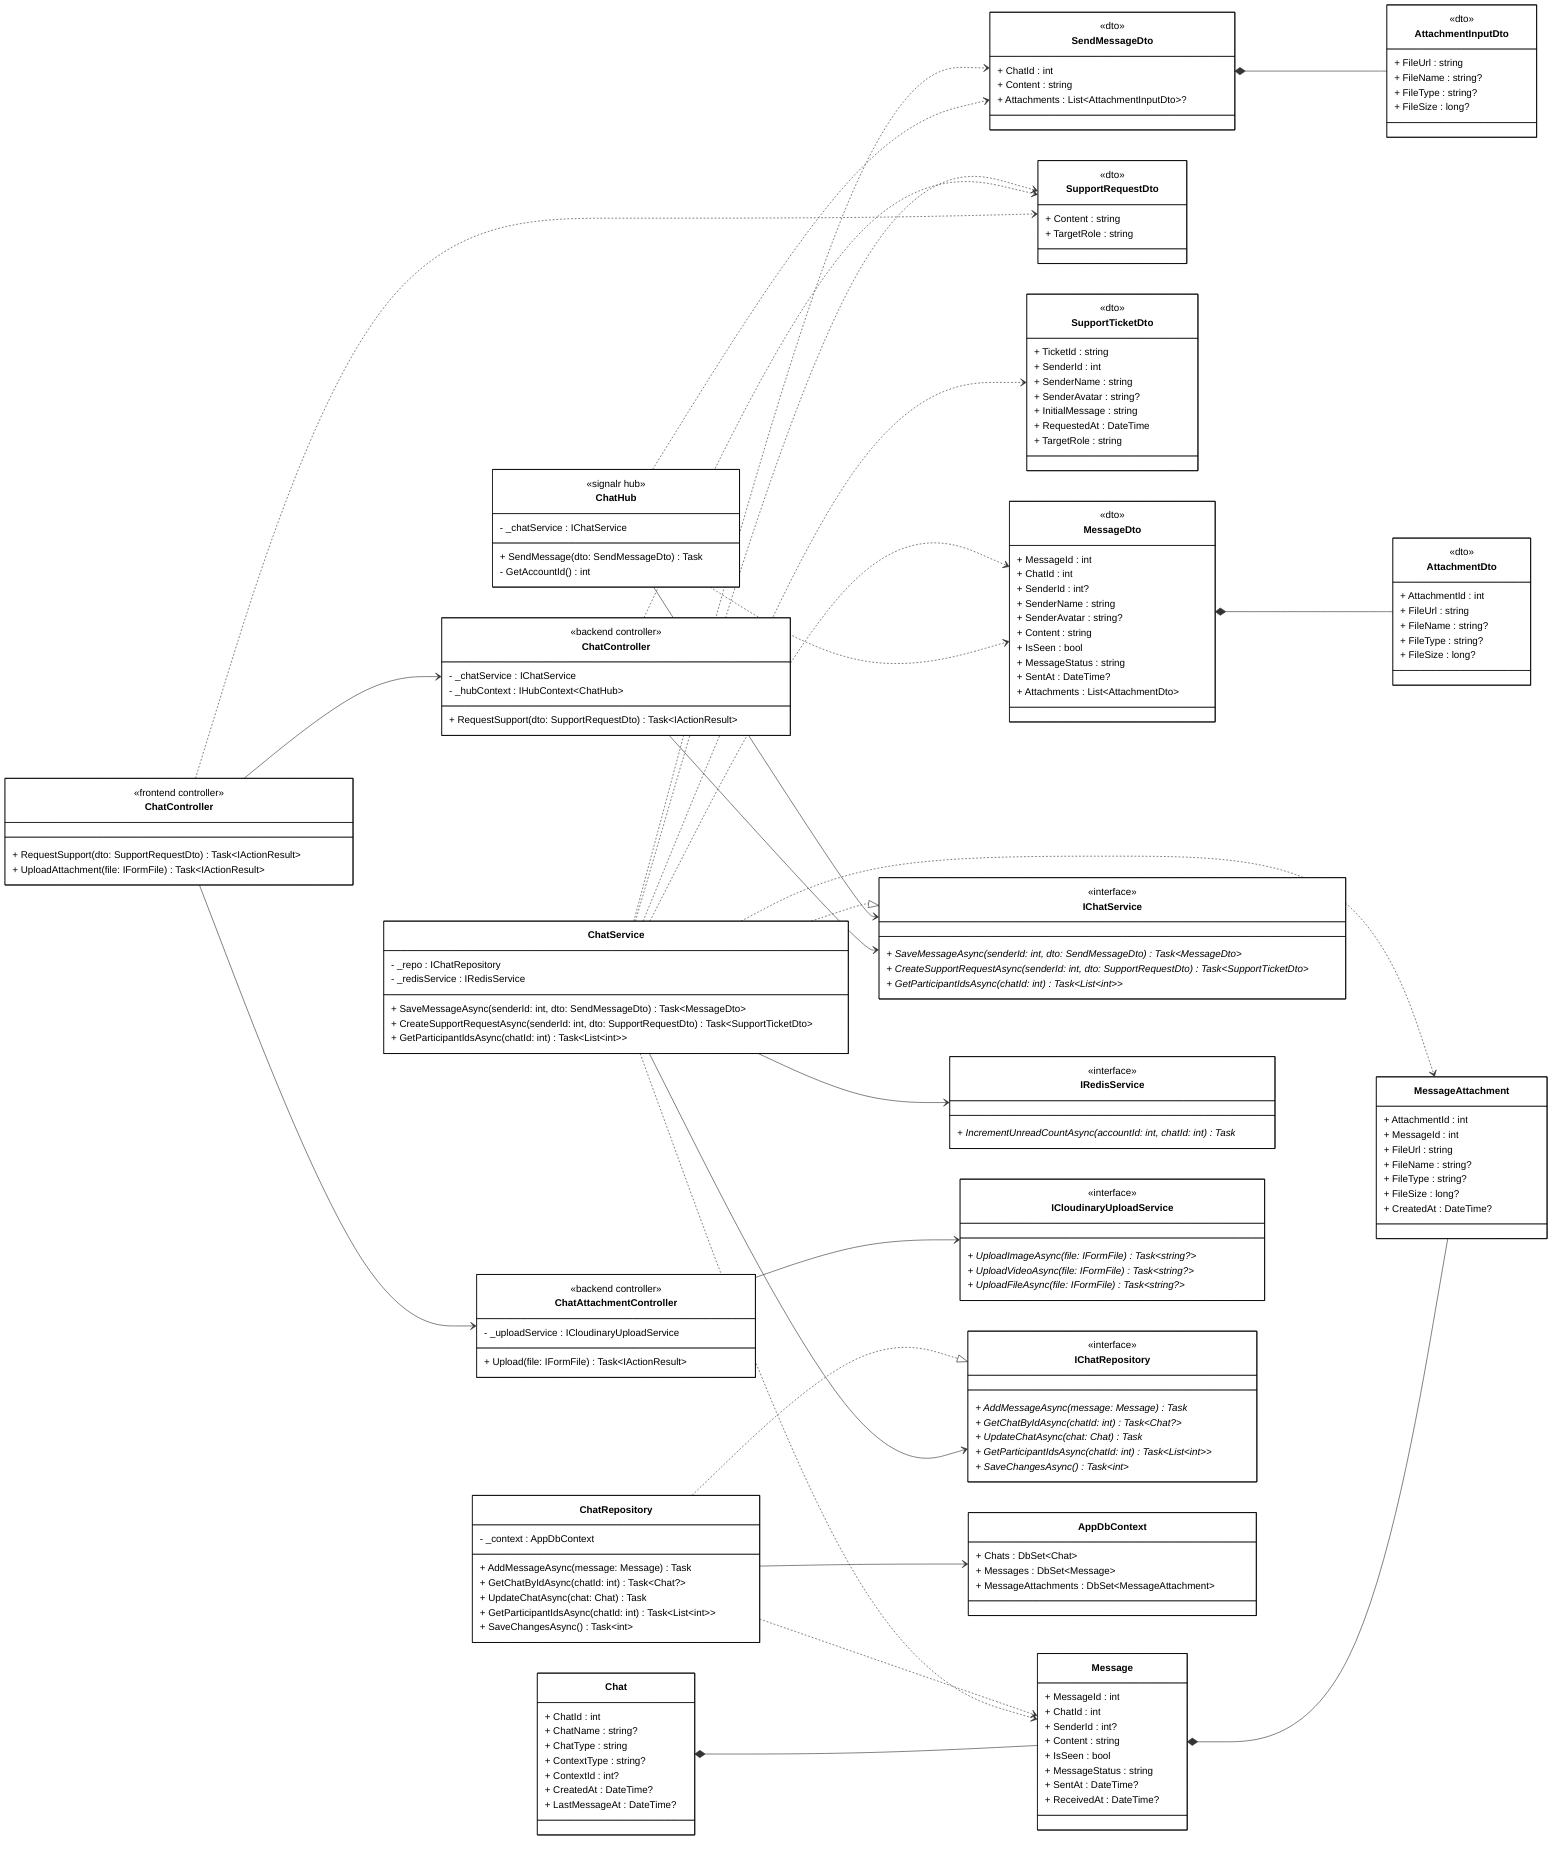
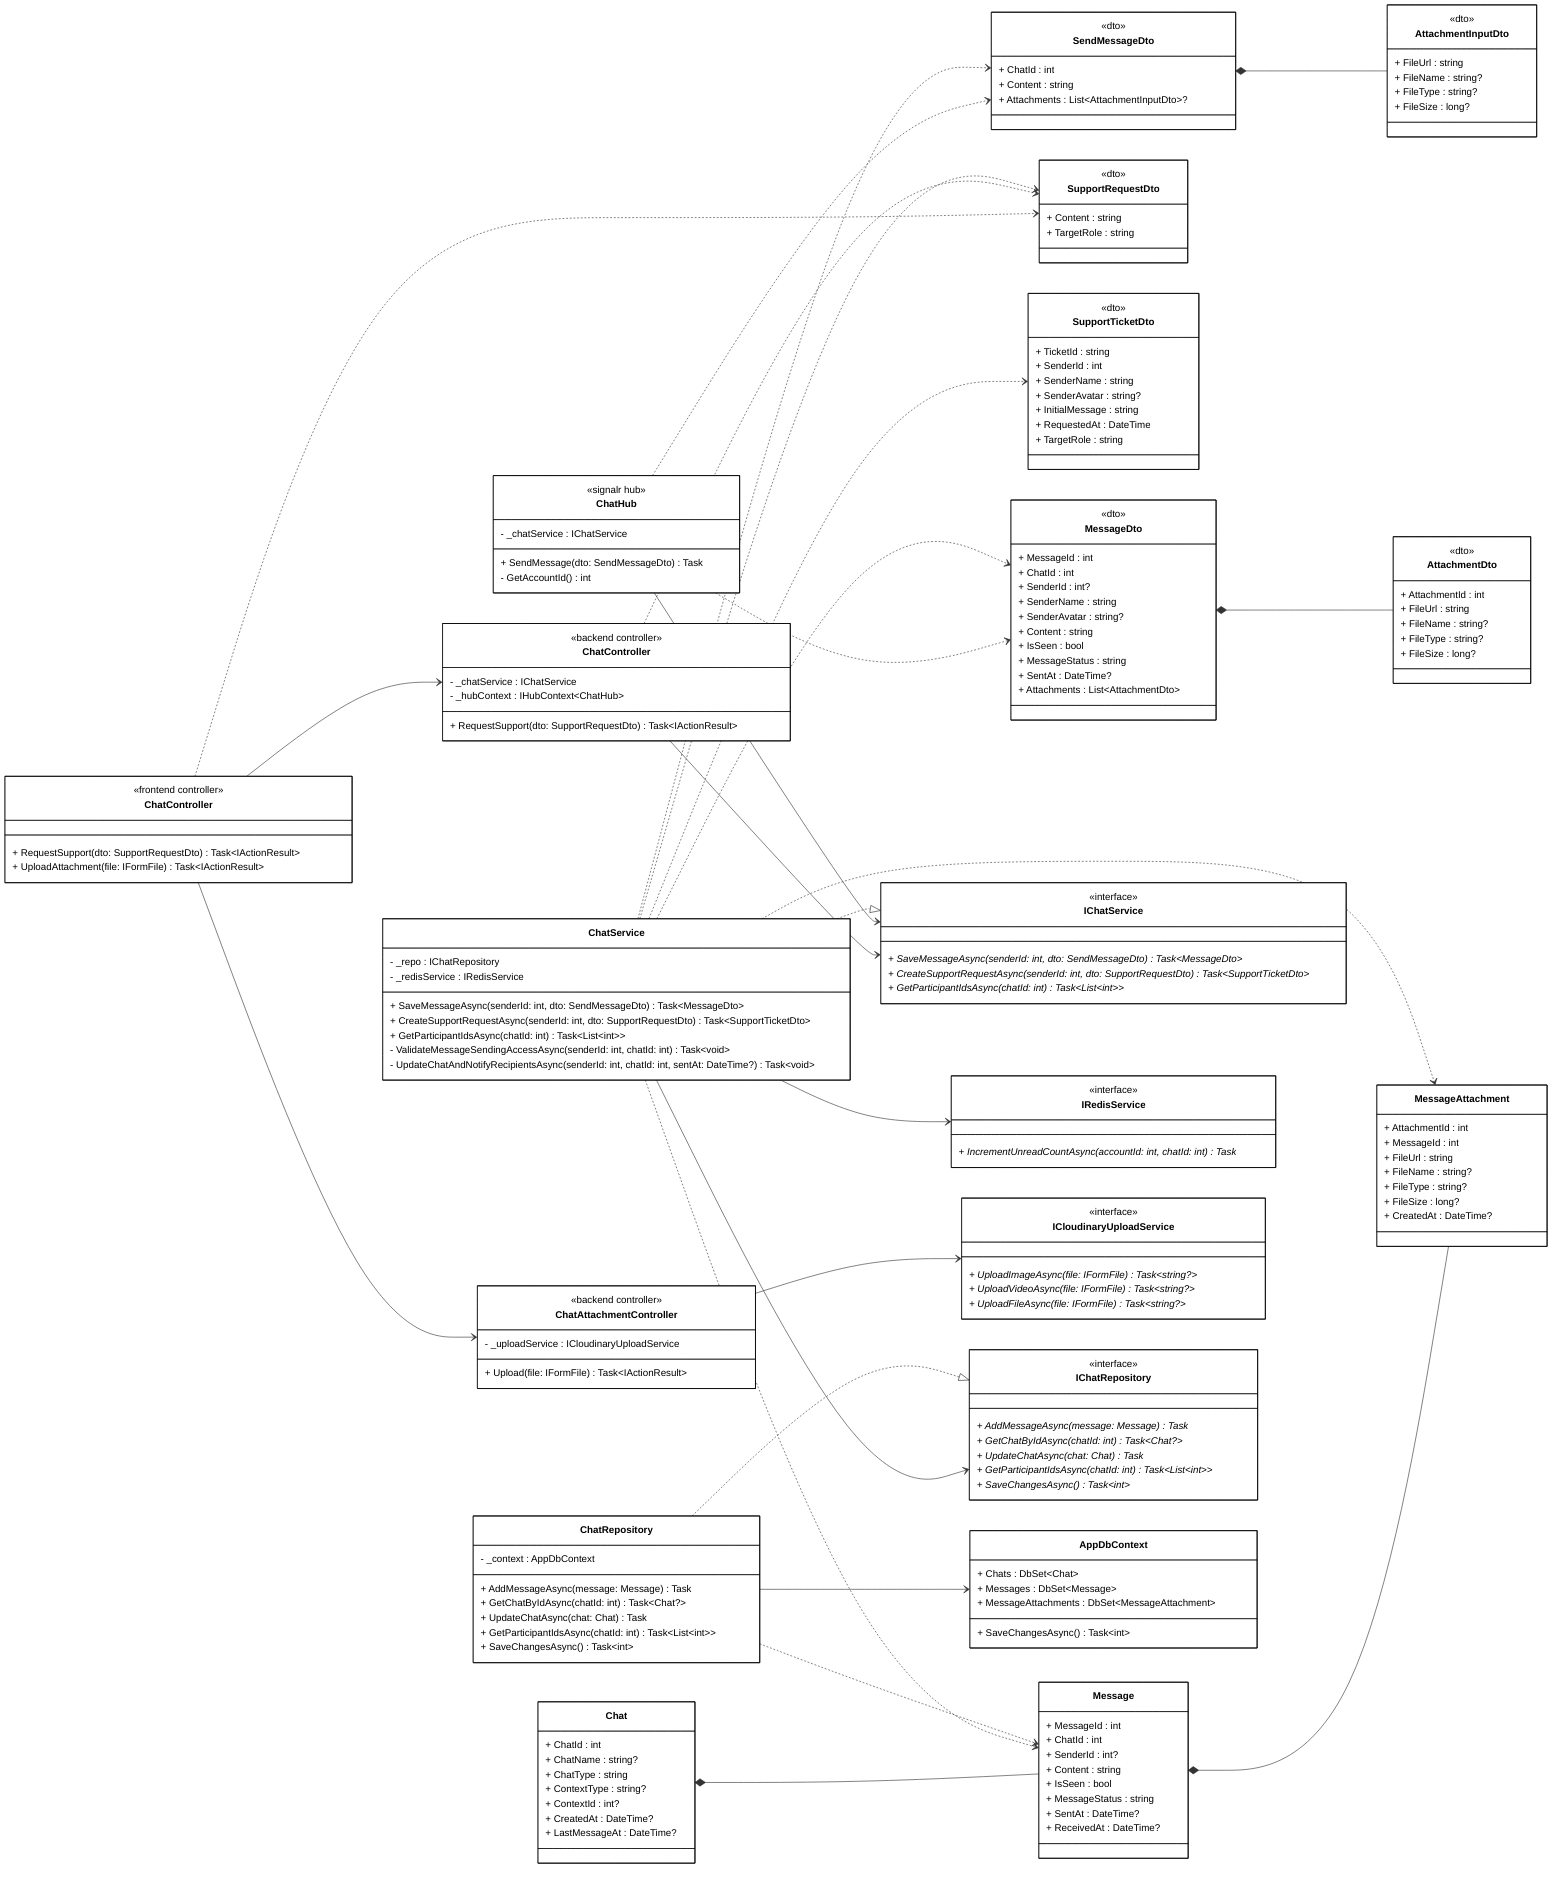
classDiagram
direction LR

%% ==================== FRONTEND ====================

class ChatControllerFE["ChatController"] {
    <<frontend controller>>
    + RequestSupport(dto: SupportRequestDto) Task~IActionResult~
    + UploadAttachment(file: IFormFile) Task~IActionResult~
}

%% ==================== BACKEND - HUB & CONTROLLERS ====================

class ChatHub {
    <<signalr hub>>
    - _chatService : IChatService
    + SendMessage(dto: SendMessageDto) Task
    - GetAccountId() int
}

class ChatControllerBE["ChatController"] {
    <<backend controller>>
    - _chatService : IChatService
    - _hubContext : IHubContext~ChatHub~
    + RequestSupport(dto: SupportRequestDto) Task~IActionResult~
}

class ChatAttachmentController {
    <<backend controller>>
    - _uploadService : ICloudinaryUploadService
    + Upload(file: IFormFile) Task~IActionResult~
}

%% ==================== BACKEND - DTOs ====================

class SendMessageDto {
    <<dto>>
    + ChatId : int
    + Content : string
    + Attachments : List~AttachmentInputDto~?
}

class AttachmentInputDto {
    <<dto>>
    + FileUrl : string
    + FileName : string?
    + FileType : string?
    + FileSize : long?
}

class SupportRequestDto {
    <<dto>>
    + Content : string
    + TargetRole : string
}

class SupportTicketDto {
    <<dto>>
    + TicketId : string
    + SenderId : int
    + SenderName : string
    + SenderAvatar : string?
    + InitialMessage : string
    + RequestedAt : DateTime
    + TargetRole : string
}

class MessageDto {
    <<dto>>
    + MessageId : int
    + ChatId : int
    + SenderId : int?
    + SenderName : string
    + SenderAvatar : string?
    + Content : string
    + IsSeen : bool
    + MessageStatus : string
    + SentAt : DateTime?
    + Attachments : List~AttachmentDto~
}

class AttachmentDto {
    <<dto>>
    + AttachmentId : int
    + FileUrl : string
    + FileName : string?
    + FileType : string?
    + FileSize : long?
}

%% ==================== BACKEND - DOMAIN ENTITIES ====================

class Chat {
    + ChatId : int
    + ChatName : string?
    + ChatType : string
    + ContextType : string?
    + ContextId : int?
    + CreatedAt : DateTime?
    + LastMessageAt : DateTime?
}

class Message {
    + MessageId : int
    + ChatId : int
    + SenderId : int?
    + Content : string
    + IsSeen : bool
    + MessageStatus : string
    + SentAt : DateTime?
    + ReceivedAt : DateTime?
}

class MessageAttachment {
    + AttachmentId : int
    + MessageId : int
    + FileUrl : string
    + FileName : string?
    + FileType : string?
    + FileSize : long?
    + CreatedAt : DateTime?
}

%% ==================== BACKEND - SERVICE INTERFACES ====================

class IChatService {
    <<interface>>
    + SaveMessageAsync(senderId: int, dto: SendMessageDto) Task~MessageDto~ *
    + CreateSupportRequestAsync(senderId: int, dto: SupportRequestDto) Task~SupportTicketDto~ *
    + GetParticipantIdsAsync(chatId: int) Task~List~int~~ *
}

class IRedisService {
    <<interface>>
    + IncrementUnreadCountAsync(accountId: int, chatId: int) Task *
}

class ICloudinaryUploadService {
    <<interface>>
    + UploadImageAsync(file: IFormFile) Task~string?~ *
    + UploadVideoAsync(file: IFormFile) Task~string?~ *
    + UploadFileAsync(file: IFormFile) Task~string?~ *
}

%% ==================== BACKEND - REPOSITORY INTERFACES ====================

class IChatRepository {
    <<interface>>
    + AddMessageAsync(message: Message) Task *
    + GetChatByIdAsync(chatId: int) Task~Chat?~ *
    + UpdateChatAsync(chat: Chat) Task *
    + GetParticipantIdsAsync(chatId: int) Task~List~int~~ *
    + SaveChangesAsync() Task~int~ *
}

%% ==================== BACKEND - SERVICE IMPLEMENTATION ====================

class ChatService {
    - _repo : IChatRepository
    - _redisService : IRedisService
    + SaveMessageAsync(senderId: int, dto: SendMessageDto) Task~MessageDto~
    + CreateSupportRequestAsync(senderId: int, dto: SupportRequestDto) Task~SupportTicketDto~
    + GetParticipantIdsAsync(chatId: int) Task~List~int~~
+     - ValidateMessageSendingAccessAsync(senderId: int, chatId: int) Task~void~
+     - UpdateChatAndNotifyRecipientsAsync(senderId: int, chatId: int, sentAt: DateTime?) Task~void~
}

%% ==================== BACKEND - REPOSITORY IMPLEMENTATION ====================

class ChatRepository {
    - _context : AppDbContext
    + AddMessageAsync(message: Message) Task
    + GetChatByIdAsync(chatId: int) Task~Chat?~
    + UpdateChatAsync(chat: Chat) Task
    + GetParticipantIdsAsync(chatId: int) Task~List~int~~
    + SaveChangesAsync() Task~int~
}

%% ==================== BACKEND - DbContext ====================

class AppDbContext {
    + Chats : DbSet~Chat~
    + Messages : DbSet~Message~
    + MessageAttachments : DbSet~MessageAttachment~
+     + SaveChangesAsync() Task~int~
}

%% ==================== RELATIONSHIPS ====================

%% === COMPOSITION (filled diamond) ===
Chat *-- Message
Message *-- MessageAttachment
SendMessageDto *-- AttachmentInputDto
MessageDto *-- AttachmentDto

%% === UNIDIRECTIONAL ASSOCIATION (solid arrow) ===
ChatControllerFE --> ChatControllerBE
ChatControllerFE --> ChatAttachmentController
ChatControllerBE --> IChatService
ChatAttachmentController --> ICloudinaryUploadService
ChatHub --> IChatService
ChatService --> IChatRepository
ChatService --> IRedisService
ChatRepository --> AppDbContext

%% === INTERFACE REALIZATION ===
ChatService ..|> IChatService
ChatRepository ..|> IChatRepository

%% === DEPENDENCY (dashed arrows) ===
ChatControllerFE ..> SupportRequestDto
ChatControllerBE ..> SupportRequestDto
ChatHub ..> SendMessageDto
ChatHub ..> MessageDto
ChatService ..> SendMessageDto
ChatService ..> MessageDto
ChatService ..> Message
ChatService ..> MessageAttachment
ChatService ..> SupportRequestDto
ChatService ..> SupportTicketDto
ChatRepository ..> Message

%% ==================== STYLES ====================

classDef default fill:#FFFFFF,stroke:#000000,stroke-width:1px,color:#000000
